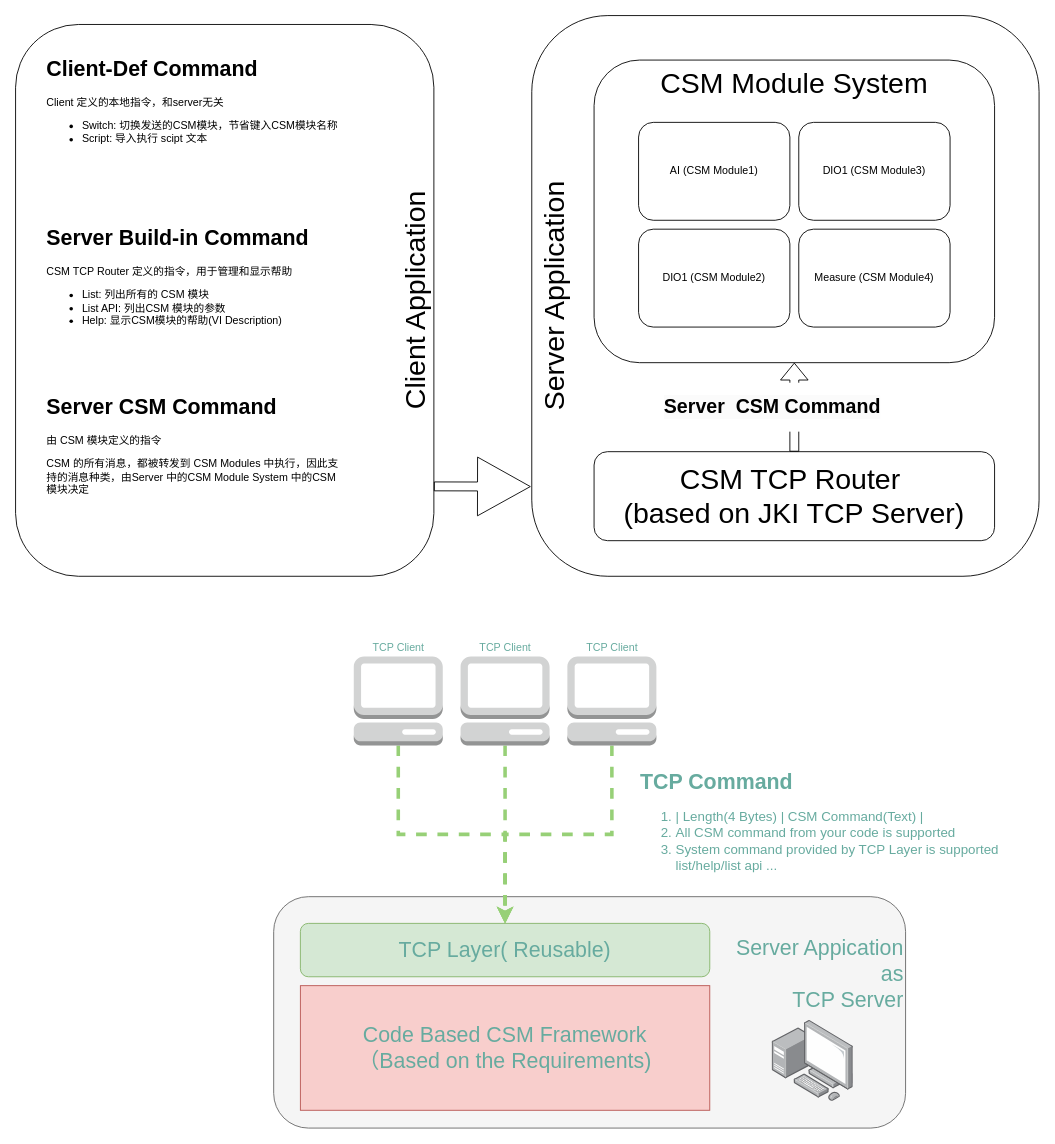
NEVSTOP-LAB/CSM-TCP-Router-App keeps this draw.io diagram as .doc/CSM-TCP-Router.drawio. Above is the earlier version. Source tidied: cells renumbered, new cells numbered last; positions are measured from the earlier drawing's top-left corner, leaving out a move shared by most shapes. Both pictures are drawn from the tidied source at 89%, with x=0, y=0 at pixel (15, 15).
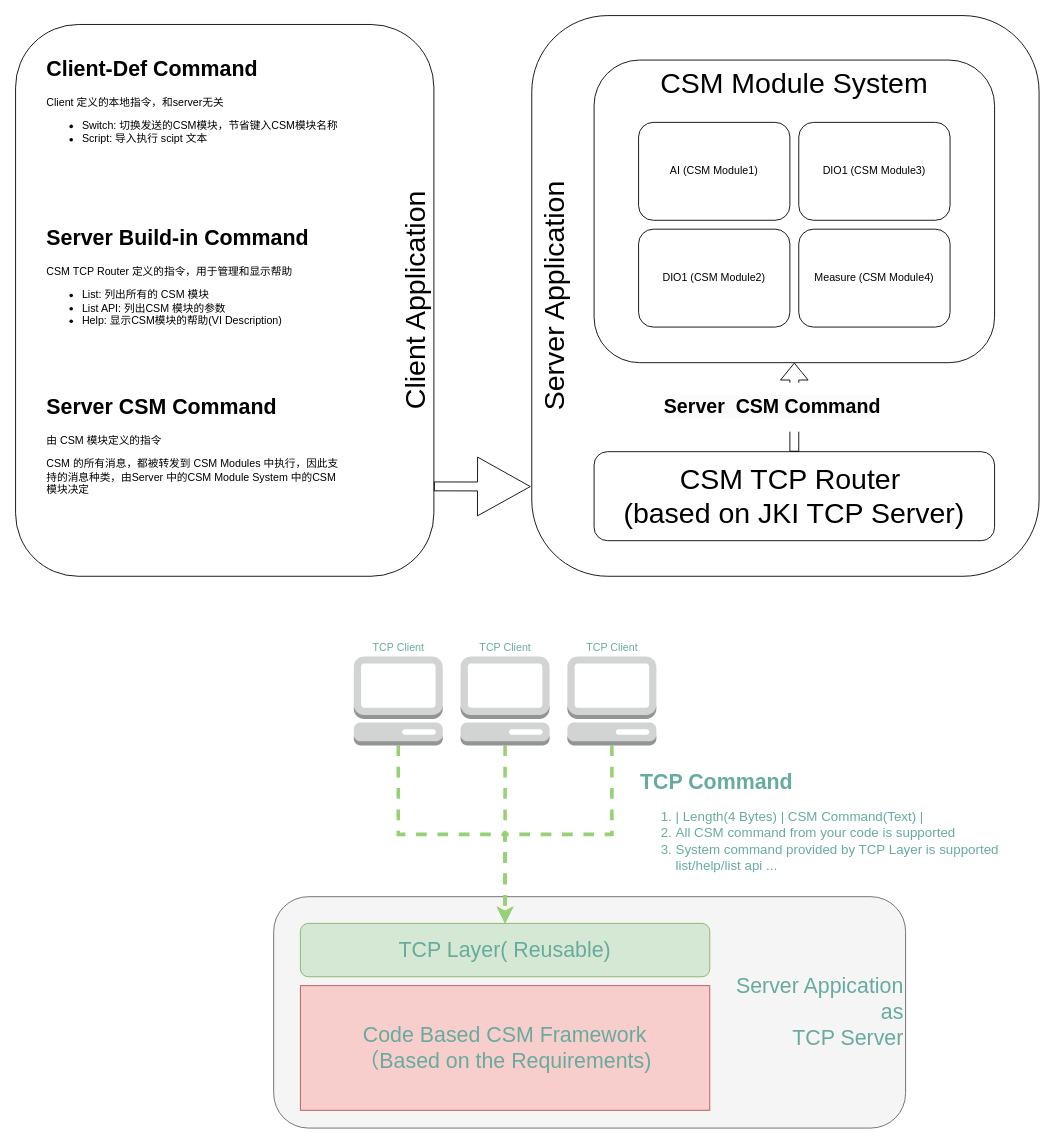
Above is the later version.

What changed in the source:
```diff
@@
-    <mxCell id="2" value="Server Appication&lt;br&gt;as&lt;div&gt;TCP Server&lt;/div&gt;&lt;div&gt;&lt;br&gt;&lt;/div&gt;&lt;div&gt;&lt;br&gt;&lt;/div&gt;&lt;div&gt;&lt;br&gt;&lt;/div&gt;" style="rounded=1;whiteSpace=wrap;html=1;align=right;fontSize=24;fillColor=#f5f5f5;fontColor=#67AB9F;strokeColor=#666666;" parent="1" vertex="1">
+    <mxCell id="2" value="Server Appication&lt;br&gt;as&lt;div&gt;TCP Server&lt;/div&gt;" style="rounded=1;whiteSpace=wrap;html=1;align=right;fontSize=24;fillColor=#f5f5f5;fontColor=#67AB9F;strokeColor=#666666;" parent="1" vertex="1">
       <mxGeometry x="290" y="990" width="710" height="260" as="geometry" />
     </mxCell>
@@
-    <mxCell id="24" style="image;html=1;align=center;shadow=0;dashed=0;image=img/lib/allied_telesis/computer_and_terminals/Personal_Computer_with_Server.svg;" parent="1" vertex="1">
-      <mxGeometry x="850" y="1128.8" width="91.2" height="91.2" as="geometry" />
-    </mxCell>
```
